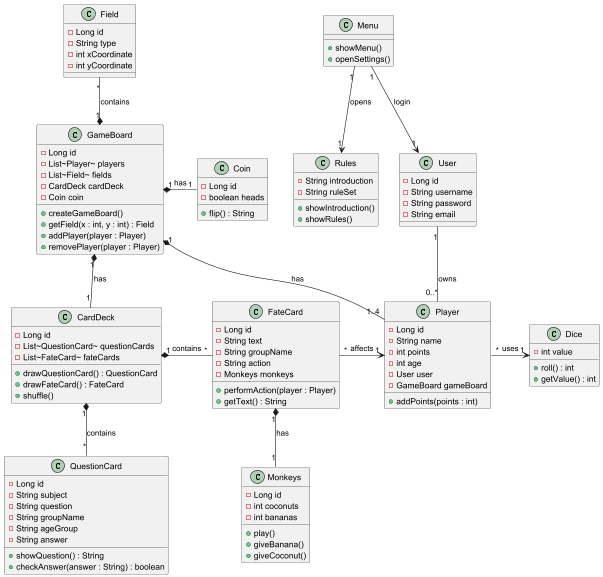
SussieFrantzen/portfolio keeps this PlantUML diagram as public/posts/week3/klassediagram_2.png. Above is the earlier version. Source of this version:
```plantuml
@startuml

class User {
    -Long id
    -String username
    -String password
    -String email
}

class Player {
    -Long id
    -String name
    -int points
    -int age
    -User user
    -GameBoard gameBoard
    +addPoints(points : int)
}

class GameBoard {
    -Long id
    -List~Player~ players
    -List~Field~ fields
    -CardDeck cardDeck
    -Coin coin
    +createGameBoard()
    +getField(x : int, y : int) : Field
    +addPlayer(player : Player)
    +removePlayer(player : Player)
}

class Field {
    -Long id
    -String type
    -int xCoordinate
    -int yCoordinate
}

class CardDeck {
    -Long id
    -List~QuestionCard~ questionCards
    -List~FateCard~ fateCards
    +drawQuestionCard() : QuestionCard
    +drawFateCard() : FateCard
    +shuffle()
}

class QuestionCard {
    -Long id
    -String subject
    -String question
    -String groupName
    -String ageGroup
    -String answer
    +showQuestion() : String
    +checkAnswer(answer : String) : boolean
}

class FateCard {
    -Long id
    -String text
    -String groupName
    -String action
    -Monkeys monkeys
    +performAction(player : Player)
    +getText() : String
}

class Monkeys {
    -Long id
    -int coconuts
    -int bananas
    +play()
    +giveBanana()
    +giveCoconut()
}

class Coin {
    -Long id
    -boolean heads
    +flip() : String
}


class Dice {
    -int value
    +roll() : int
    +getValue() : int
}

class Rules {
    -String introduction
    -String ruleSet
    +showIntroduction()
    +showRules()
}

class Menu {
    +showMenu()
    +openSettings()
}


User "1" -- "0..*" Player : owns


GameBoard "1" *- "1..4" Player : has

GameBoard "1" *-up- "*" Field : contains
GameBoard "1" *-- "1" CardDeck : has
GameBoard "1" *-right- "1" Coin : has

CardDeck "1" *-- "*" QuestionCard : contains
CardDeck "1" *- "*" FateCard : contains


FateCard "*" -> "1" Player : affects
FateCard "1" *-down- "1" Monkeys : has


Player "*" -right-> "1" Dice : uses


Menu "1" --> "1" Rules : opens
Menu "1" --> "1" User : login


@enduml
```
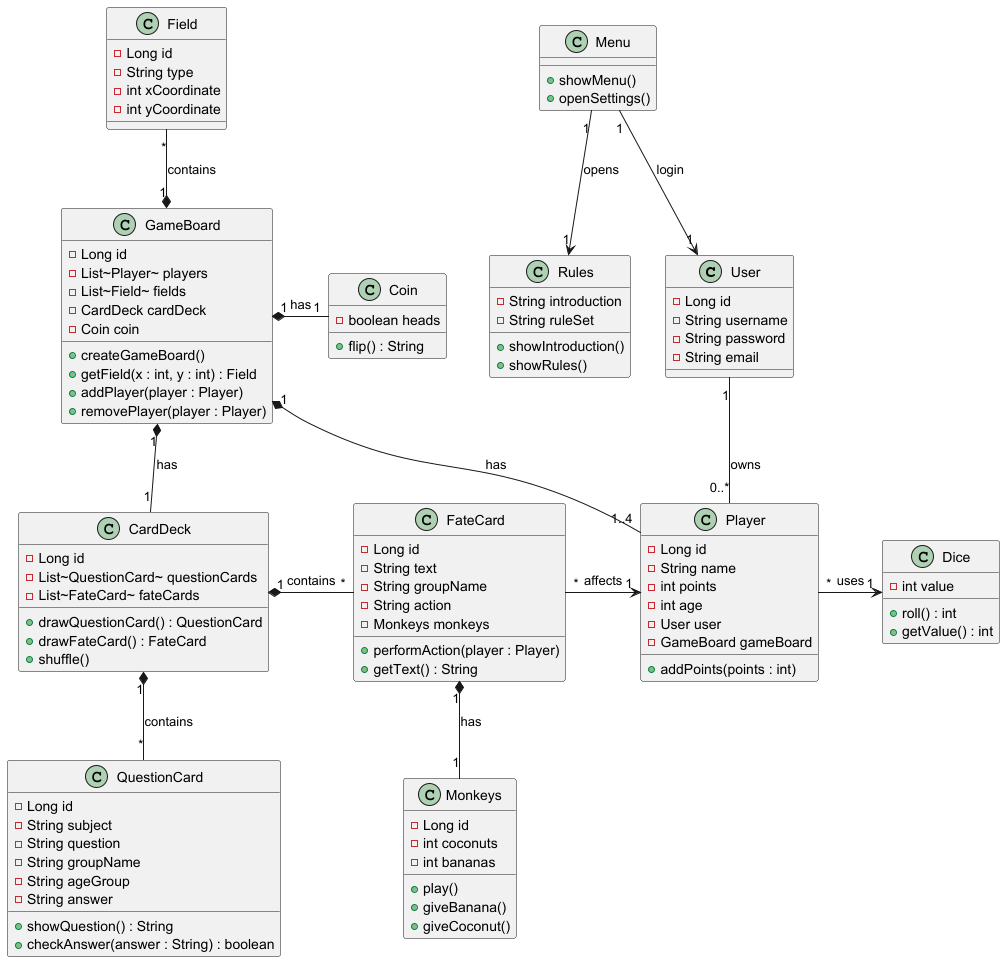
The same diagram one commit later.

What changed in the source:
```diff
@@ -76,7 +76,6 @@
 }
 
 class Coin {
-    -Long id
     -boolean heads
     +flip() : String
 }
```
